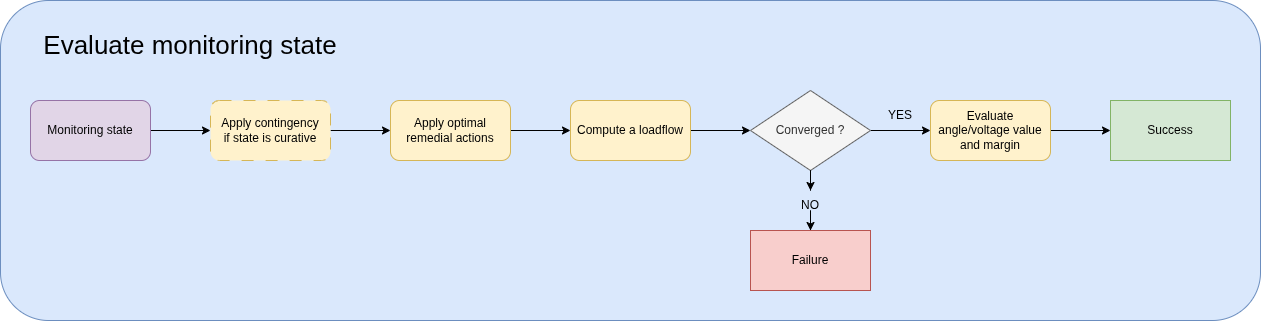
The draw.io diagram docs/_static/img/monitoring-algo-2.png in powsybl/powsybl-open-rao, before a commit. Source tidied: cells renumbered, new cells last; positions are measured from the earlier drawing's top-left corner, leaving out a move shared by most shapes.
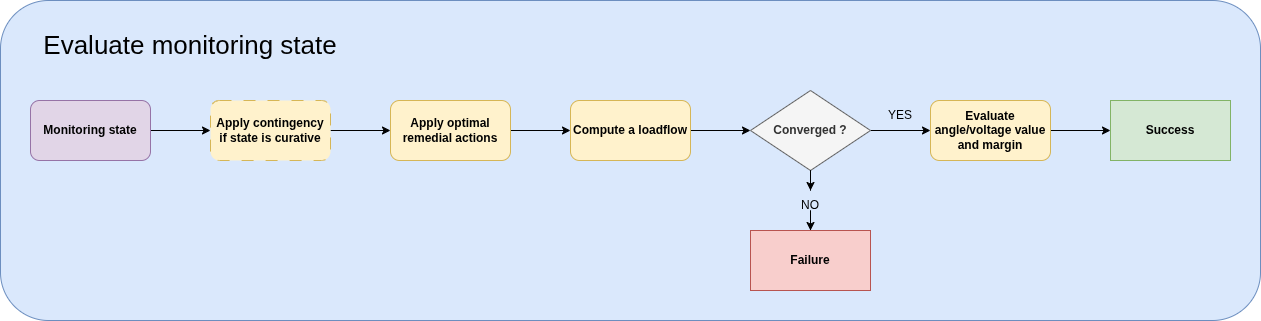
After the change.

Commit message:
fiw after review

Change to the diagram source:
```diff
@@ -8,25 +8,25 @@
     <mxCell id="3" style="edgeStyle=orthogonalEdgeStyle;rounded=0;jettySize=auto;html=1;" parent="1" edge="1" source="4" target="6">
       <mxGeometry relative="1" as="geometry" />
     </mxCell>
-    <mxCell id="4" value="Monitoring state" style="rounded=1;whiteSpace=wrap;html=1;fillColor=#e1d5e7;strokeColor=#9673a6;" parent="1" vertex="1">
+    <mxCell id="4" value="&lt;b&gt;Monitoring state&lt;/b&gt;" style="rounded=1;whiteSpace=wrap;html=1;fillColor=#e1d5e7;strokeColor=#9673a6;" parent="1" vertex="1">
       <mxGeometry x="30" y="100" width="120" height="60" as="geometry" />
     </mxCell>
     <mxCell id="5" style="edgeStyle=orthogonalEdgeStyle;rounded=0;jettySize=auto;html=1;" parent="1" edge="1" source="6" target="8">
       <mxGeometry relative="1" as="geometry" />
     </mxCell>
-    <mxCell id="6" value="Apply contingency&lt;div&gt;if state is curative&lt;/div&gt;" style="rounded=1;whiteSpace=wrap;html=1;fillColor=#fff2cc;strokeColor=#d6b656;dashed=1;dashPattern=12 12;" parent="1" vertex="1">
+    <mxCell id="6" value="&lt;b&gt;Apply contingency&lt;/b&gt;&lt;div&gt;&lt;b&gt;if state is curative&lt;/b&gt;&lt;/div&gt;" style="rounded=1;whiteSpace=wrap;html=1;fillColor=#fff2cc;strokeColor=#d6b656;dashed=1;dashPattern=12 12;" parent="1" vertex="1">
       <mxGeometry x="210" y="100" width="120" height="60" as="geometry" />
     </mxCell>
     <mxCell id="7" style="edgeStyle=orthogonalEdgeStyle;rounded=0;jettySize=auto;html=1;" parent="1" edge="1" source="8" target="10">
       <mxGeometry relative="1" as="geometry" />
     </mxCell>
-    <mxCell id="8" value="Apply optimal remedial actions" style="rounded=1;whiteSpace=wrap;html=1;fillColor=#fff2cc;strokeColor=#d6b656;" parent="1" vertex="1">
+    <mxCell id="8" value="&lt;b&gt;Apply optimal remedial actions&lt;/b&gt;" style="rounded=1;whiteSpace=wrap;html=1;fillColor=#fff2cc;strokeColor=#d6b656;" parent="1" vertex="1">
       <mxGeometry x="390" y="100" width="120" height="60" as="geometry" />
     </mxCell>
     <mxCell id="9" style="edgeStyle=orthogonalEdgeStyle;rounded=0;jettySize=auto;html=1;" parent="1" edge="1" source="10" target="13">
       <mxGeometry relative="1" as="geometry" />
     </mxCell>
-    <mxCell id="10" value="Compute a loadflow" style="rounded=1;whiteSpace=wrap;html=1;fillColor=#fff2cc;strokeColor=#d6b656;" parent="1" vertex="1">
+    <mxCell id="10" value="&lt;b&gt;Compute a loadflow&lt;/b&gt;" style="rounded=1;whiteSpace=wrap;html=1;fillColor=#fff2cc;strokeColor=#d6b656;" parent="1" vertex="1">
       <mxGeometry x="570" y="100" width="120" height="60" as="geometry" />
     </mxCell>
     <mxCell id="11" style="edgeStyle=orthogonalEdgeStyle;rounded=0;jettySize=auto;html=1;" parent="1" edge="1" source="13" target="15">
@@ -35,19 +35,19 @@
     <mxCell id="12" style="edgeStyle=orthogonalEdgeStyle;rounded=0;jettySize=auto;html=1;" parent="1" edge="1" source="20" target="17">
       <mxGeometry relative="1" as="geometry" />
     </mxCell>
-    <mxCell id="13" value="Converged ?" style="rhombus;whiteSpace=wrap;html=1;fillColor=#f5f5f5;fontColor=#333333;strokeColor=#666666;" parent="1" vertex="1">
+    <mxCell id="13" value="&lt;b&gt;Converged ?&lt;/b&gt;" style="rhombus;whiteSpace=wrap;html=1;fillColor=#f5f5f5;fontColor=#333333;strokeColor=#666666;" parent="1" vertex="1">
       <mxGeometry x="750" y="90" width="120" height="80" as="geometry" />
     </mxCell>
     <mxCell id="14" style="edgeStyle=orthogonalEdgeStyle;rounded=0;jettySize=auto;html=1;" parent="1" edge="1" source="15" target="16">
       <mxGeometry relative="1" as="geometry" />
     </mxCell>
-    <mxCell id="15" value="Evaluate angle/voltage value and margin" style="rounded=1;whiteSpace=wrap;html=1;fillColor=#fff2cc;strokeColor=#d6b656;" parent="1" vertex="1">
+    <mxCell id="15" value="&lt;b&gt;Evaluate angle/voltage value and margin&lt;/b&gt;" style="rounded=1;whiteSpace=wrap;html=1;fillColor=#fff2cc;strokeColor=#d6b656;" parent="1" vertex="1">
       <mxGeometry x="930" y="100" width="120" height="60" as="geometry" />
     </mxCell>
-    <mxCell id="16" value="Success" style="rounded=0;whiteSpace=wrap;html=1;fillColor=#d5e8d4;strokeColor=#82b366;" parent="1" vertex="1">
+    <mxCell id="16" value="&lt;b&gt;Success&lt;/b&gt;" style="rounded=0;whiteSpace=wrap;html=1;fillColor=#d5e8d4;strokeColor=#82b366;" parent="1" vertex="1">
       <mxGeometry x="1110" y="100" width="120" height="60" as="geometry" />
     </mxCell>
-    <mxCell id="17" value="Failure" style="rounded=0;whiteSpace=wrap;html=1;fillColor=#f8cecc;strokeColor=#b85450;" parent="1" vertex="1">
+    <mxCell id="17" value="&lt;b&gt;Failure&lt;/b&gt;" style="rounded=0;whiteSpace=wrap;html=1;fillColor=#f8cecc;strokeColor=#b85450;" parent="1" vertex="1">
       <mxGeometry x="750" y="230" width="120" height="60" as="geometry" />
     </mxCell>
     <mxCell id="18" value="YES" style="text;html=1;whiteSpace=wrap;strokeColor=none;fillColor=none;align=center;verticalAlign=middle;rounded=0;" parent="1" vertex="1">
```
